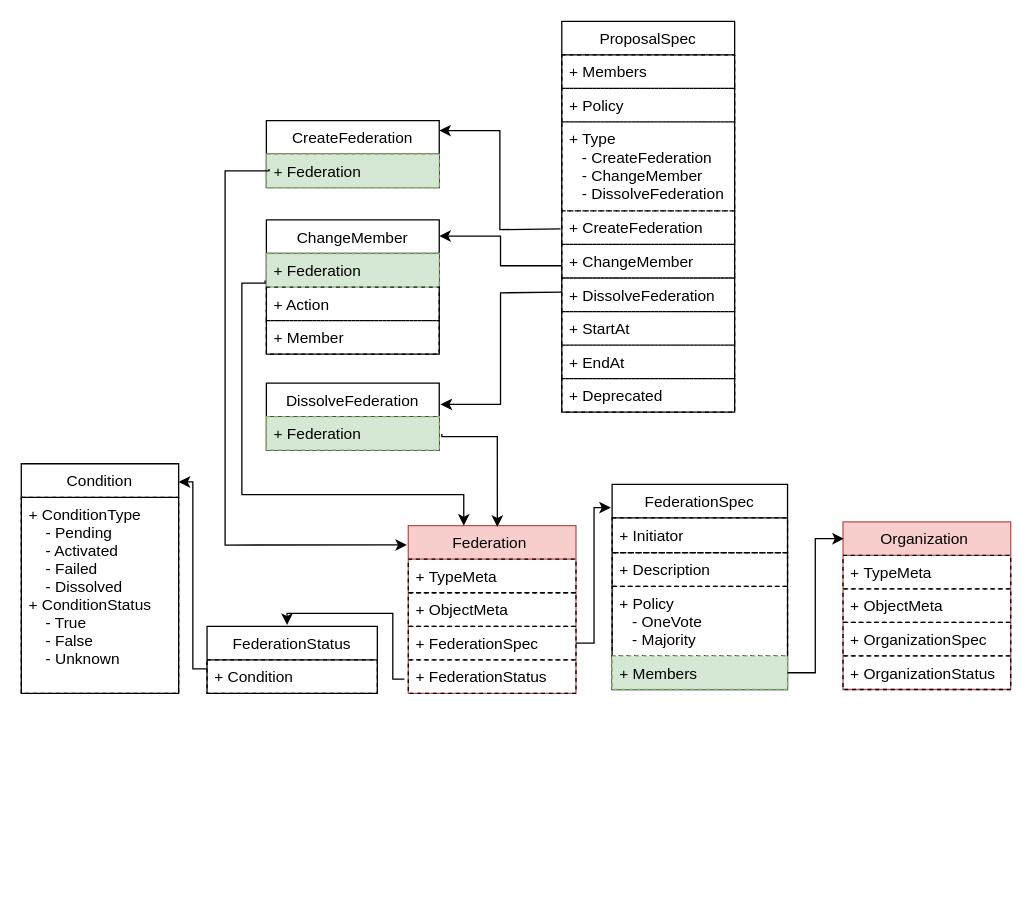
The draw.io diagram dev_design/models-design/federation.drawio in bestchains/product-design, before the edit. Source tidied: cells renumbered, new cells numbered last; positions are measured from the earlier drawing's top-left corner, leaving out a move shared by most shapes. Both pictures are drawn from the tidied source at 129%, with x=0, y=0 at pixel (21, 21).
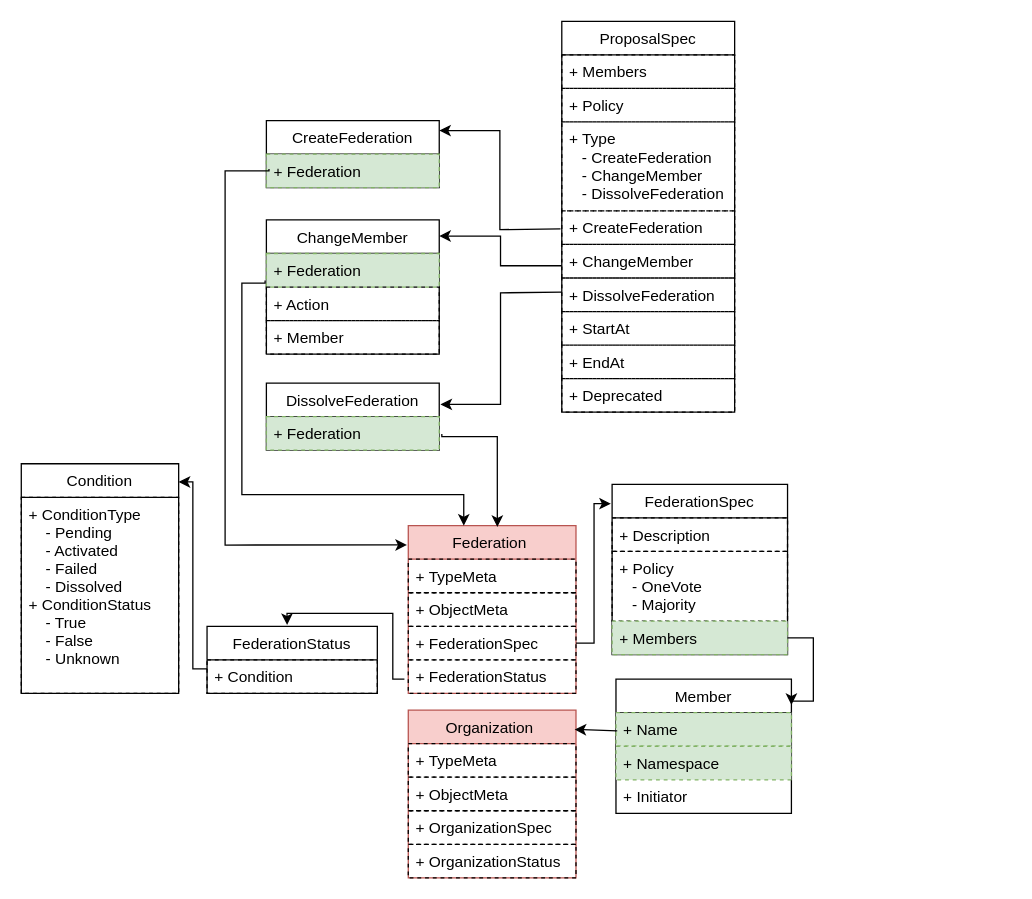
The same page after the edit.

Commit message (it also covers changes not shown here):
fix: change Member in Federation to struct type

Change to the diagram source:
```diff
@@
     <mxCell id="2" value="FederationSpec" style="swimlane;fontStyle=0;horizontal=1;startSize=26;fillColor=none;rounded=0;shadow=0;comic=0;swimlaneLine=1;glass=0;swimlaneFillColor=none;" parent="1" vertex="1">
-      <mxGeometry x="458" y="359" width="136" height="159" as="geometry" />
+      <mxGeometry x="458" y="359" width="136" height="132" as="geometry" />
     </mxCell>
-    <mxCell id="3" value="+ Initiator" style="text;strokeColor=#000000;fillColor=none;align=left;verticalAlign=top;spacingLeft=4;spacingRight=4;overflow=hidden;rounded=0;dashed=1;glass=0;" parent="2" vertex="1">
-      <mxGeometry y="26" width="136" height="27" as="geometry" />
-    </mxCell>
     <mxCell id="4" value="+ Description" style="text;strokeColor=#000000;fillColor=none;align=left;verticalAlign=top;spacingLeft=4;spacingRight=4;overflow=hidden;rounded=0;dashed=1;glass=0;" parent="2" vertex="1">
-      <mxGeometry y="53" width="136" height="26" as="geometry" />
+      <mxGeometry y="26" width="136" height="26" as="geometry" />
     </mxCell>
     <mxCell id="5" value="+ Policy&#10;   - OneVote&#10;   - Majority" style="text;strokeColor=#000000;fillColor=none;align=left;verticalAlign=top;spacingLeft=4;spacingRight=4;overflow=hidden;rounded=0;dashed=1;glass=0;" parent="2" vertex="1">
-      <mxGeometry y="79" width="136" height="54" as="geometry" />
+      <mxGeometry y="52" width="136" height="54" as="geometry" />
     </mxCell>
     <mxCell id="6" value="+ Members" style="text;strokeColor=#82b366;fillColor=#d5e8d4;align=left;verticalAlign=top;spacingLeft=4;spacingRight=4;overflow=hidden;points=[[0,0.5],[1,0.5]];portConstraint=eastwest;rounded=0;dashed=1;glass=0;" parent="2" vertex="1">
-      <mxGeometry y="133" width="136" height="26" as="geometry" />
+      <mxGeometry y="106" width="136" height="26" as="geometry" />
     </mxCell>
@@
     <mxCell id="24" value="Organization " style="swimlane;fontStyle=0;horizontal=1;startSize=26;fillColor=#f8cecc;rounded=0;shadow=0;comic=0;swimlaneLine=1;glass=0;swimlaneFillColor=none;strokeColor=#b85450;" parent="1" vertex="1">
-      <mxGeometry x="637" y="388" width="130" height="130" as="geometry" />
+      <mxGeometry x="300" y="534" width="130" height="130" as="geometry" />
     </mxCell>
@@
-    <mxCell id="37" style="edgeStyle=orthogonalEdgeStyle;rounded=0;jettySize=auto;html=1;entryX=0.005;entryY=0.101;entryDx=0;entryDy=0;entryPerimeter=0;" parent="1" edge="1" source="6" target="24">
-      <mxGeometry relative="1" as="geometry" />
+    <mxCell id="37" style="edgeStyle=orthogonalEdgeStyle;rounded=0;jettySize=auto;html=1;entryX=1;entryY=0.192;entryDx=0;entryDy=0;entryPerimeter=0;" parent="1" edge="1" source="6" target="49">
+      <mxGeometry relative="1" as="geometry">
+        <Array as="points">
+          <mxPoint x="614" y="478" />
+          <mxPoint x="614" y="527" />
+        </Array>
+      </mxGeometry>
     </mxCell>
@@
+    <mxCell id="49" value="Member" style="swimlane;fontStyle=0;horizontal=1;startSize=26;fillColor=none;rounded=0;shadow=0;comic=0;swimlaneLine=1;glass=0;swimlaneFillColor=none;" parent="1" vertex="1">
+      <mxGeometry x="461" y="510" width="136" height="104" as="geometry" />
+    </mxCell>
+    <mxCell id="50" value="+ Name" style="text;strokeColor=#82b366;fillColor=#d5e8d4;align=left;verticalAlign=top;spacingLeft=4;spacingRight=4;overflow=hidden;points=[[0,0.5],[1,0.5]];portConstraint=eastwest;rounded=0;dashed=1;glass=0;" parent="49" vertex="1">
+      <mxGeometry y="26" width="136" height="26" as="geometry" />
+    </mxCell>
+    <mxCell id="51" value="+ Namespace" style="text;strokeColor=#82b366;fillColor=#d5e8d4;align=left;verticalAlign=top;spacingLeft=4;spacingRight=4;overflow=hidden;rounded=0;dashed=1;glass=0;" parent="49" vertex="1">
+      <mxGeometry y="52" width="136" height="26" as="geometry" />
+    </mxCell>
+    <mxCell id="3" value="+ Initiator" style="text;align=left;verticalAlign=top;spacingLeft=4;spacingRight=4;overflow=hidden;rounded=0;dashed=1;glass=0;" parent="49" vertex="1">
+      <mxGeometry y="78" width="136" height="26" as="geometry" />
+    </mxCell>
+    <mxCell id="52" style="endArrow=classic;html=1;exitX=0.007;exitY=0.538;exitDx=0;exitDy=0;exitPerimeter=0;entryX=0.992;entryY=0.115;entryDx=0;entryDy=0;entryPerimeter=0;" parent="1" edge="1" source="50" target="24">
+      <mxGeometry relative="1" as="geometry" />
+    </mxCell>
```
